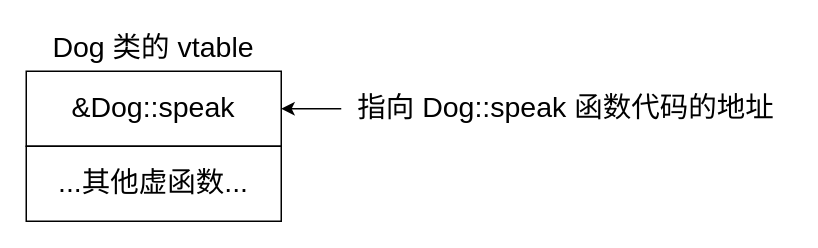
Before: facedraw.drawio in xiaodongYao/DrawIO, a draw.io diagram. Source tidied: cells renumbered, new cells numbered last; positions are measured from the earlier drawing's top-left corner, leaving out a move shared by most shapes. Both pictures are drawn from the tidied source at 150%, with x=0, y=0 at pixel (26, 26).
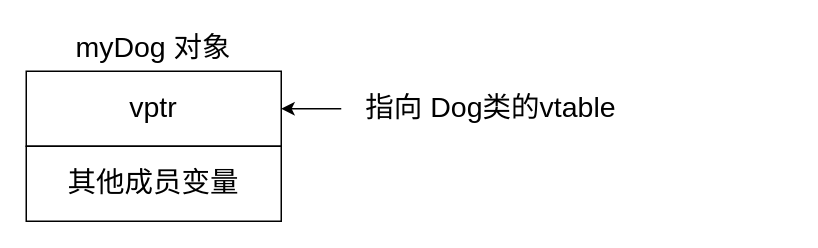
The same diagram, later.

The edit, as a diff of the source:
```diff
@@
 <mxGraphModel>
   <root>
     <mxCell id="0" />
     <mxCell id="1" parent="0" />
-    <mxCell id="2" value="Dog 类的 vtable" style="text;html=1;align=center;verticalAlign=middle;whiteSpace=wrap;rounded=0;fontSize=19;" parent="1" vertex="1">
+    <mxCell id="2" value="myDog 对象" style="text;html=1;align=center;verticalAlign=middle;whiteSpace=wrap;rounded=0;fontSize=19;" parent="1" vertex="1">
       <mxGeometry x="15" width="140" height="30" as="geometry" />
     </mxCell>
-    <mxCell id="3" value="&amp;amp;Dog::speak" style="rounded=0;whiteSpace=wrap;html=1;fontSize=19;" parent="1" vertex="1">
+    <mxCell id="3" value="vptr" style="rounded=0;whiteSpace=wrap;html=1;fontSize=19;" parent="1" vertex="1">
       <mxGeometry y="30" width="170" height="50" as="geometry" />
     </mxCell>
-    <mxCell id="4" value="...其他虚函数..." style="rounded=0;whiteSpace=wrap;html=1;fontSize=19;" parent="1" vertex="1">
+    <mxCell id="4" value="其他成员变量" style="rounded=0;whiteSpace=wrap;html=1;fontSize=19;" parent="1" vertex="1">
       <mxGeometry y="80" width="170" height="50" as="geometry" />
     </mxCell>
     <mxCell id="5" style="edgeStyle=orthogonalEdgeStyle;rounded=0;jettySize=auto;html=1;exitX=0;exitY=0.5;exitDx=0;exitDy=0;entryX=1;entryY=0.5;entryDx=0;entryDy=0;" parent="1" edge="1" source="6" target="3">
       <mxGeometry relative="1" as="geometry" />
     </mxCell>
-    <mxCell id="6" value="指向 Dog::speak 函数代码的地址" style="text;html=1;align=center;verticalAlign=middle;whiteSpace=wrap;rounded=0;fontSize=19;" parent="1" vertex="1">
-      <mxGeometry x="210" y="40" width="300" height="30" as="geometry" />
+    <mxCell id="6" value="指向 Dog类的vtable" style="text;html=1;align=center;verticalAlign=middle;whiteSpace=wrap;rounded=0;fontSize=19;" parent="1" vertex="1">
+      <mxGeometry x="210" y="40" width="200" height="30" as="geometry" />
     </mxCell>
   </root>
 </mxGraphModel>
```
